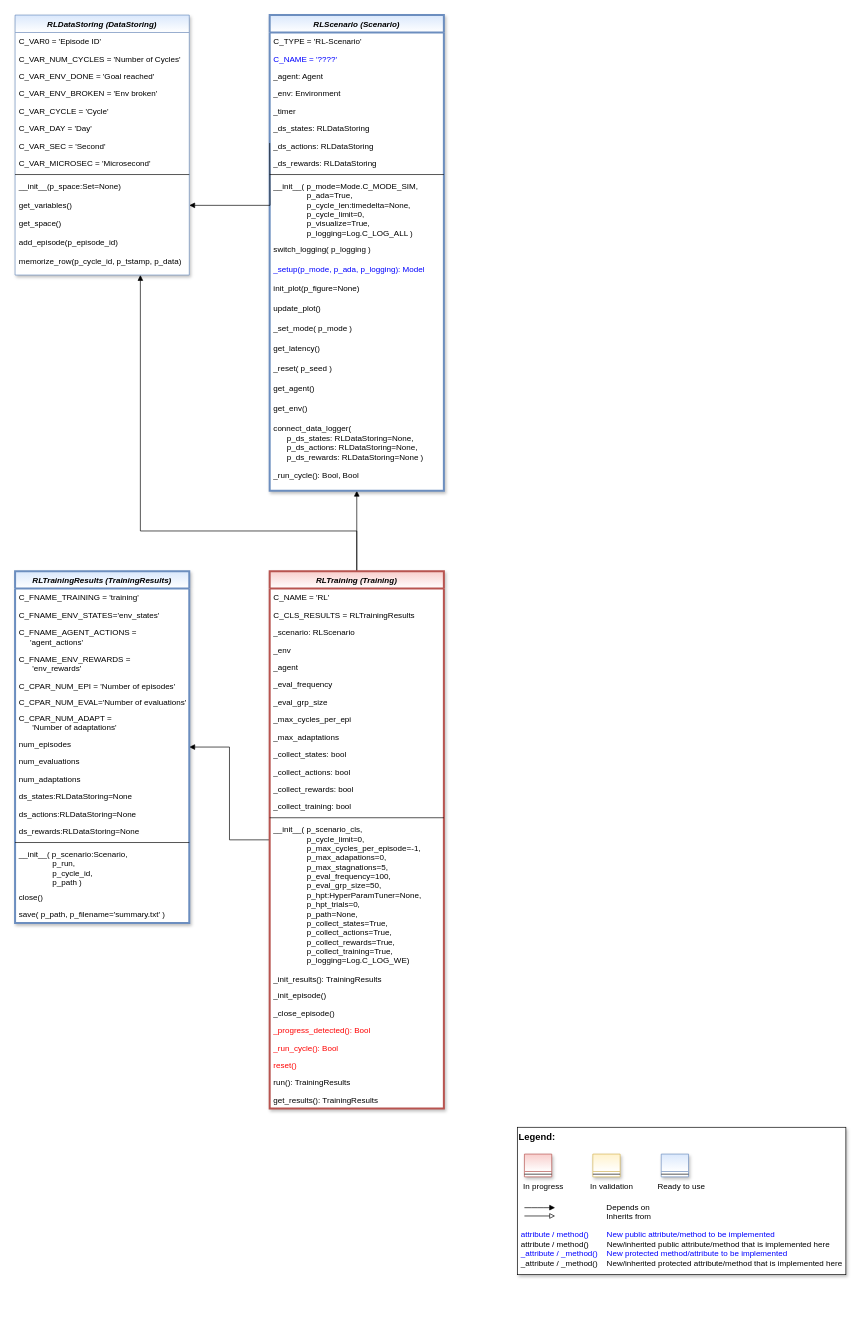
Earlier version of the draw.io diagram doc/rtd/content/append2/core/images/rl/04_run_and_train/MLPro-RL-Train_class_diagram.drawio (fhswf/MLPro). Source tidied: cells renumbered, new cells numbered last; positions are measured from the earlier drawing's top-left corner, leaving out a move shared by most shapes. Both pictures are drawn from the tidied source at 67%, with x=0, y=0 at pixel (15, 15).
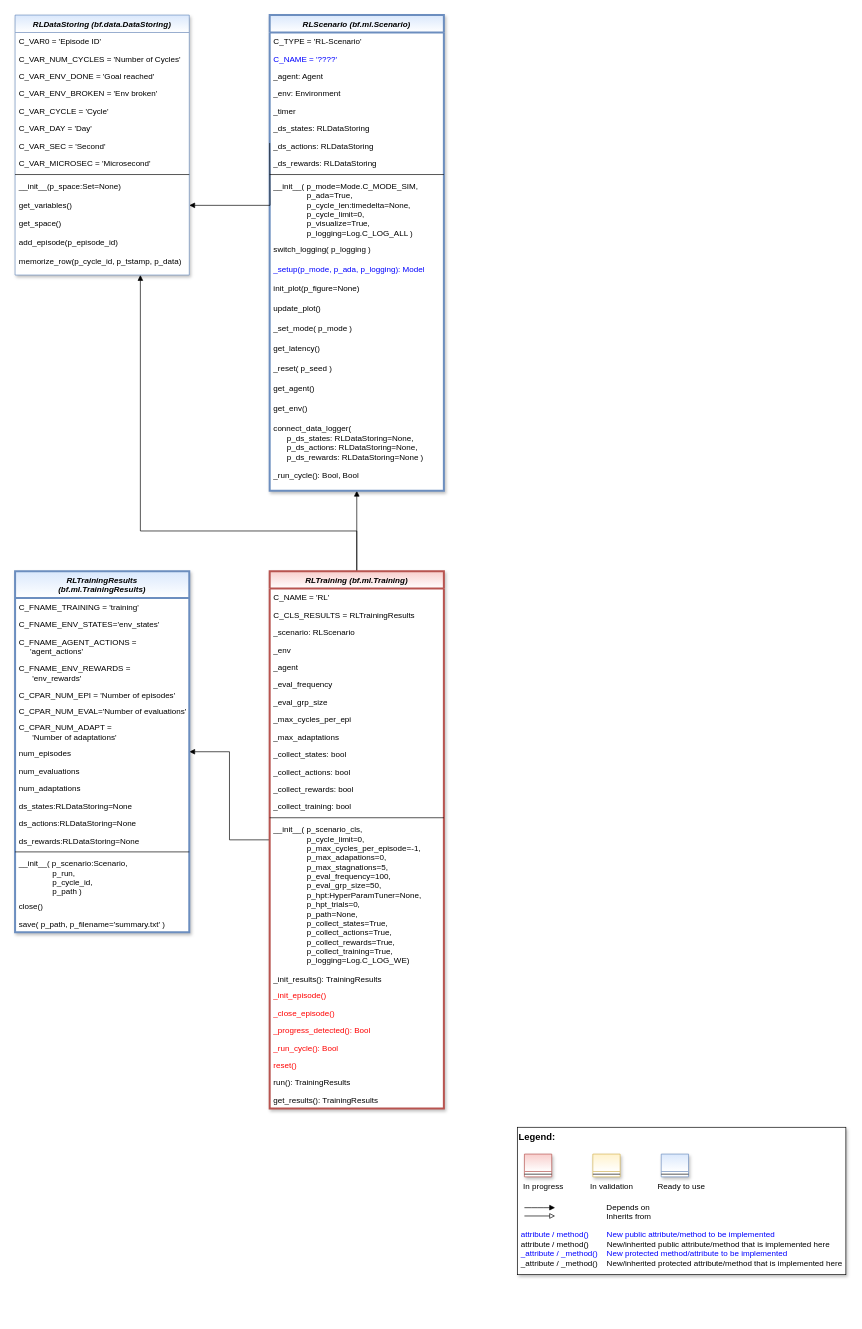
Above is the later version.

Commit message (it also covers changes not shown here):
Training with evaluation, Howto 17

The edit, as a diff of the source:
```diff
@@
-    <mxCell id="5" value="RLTraining (Training)" style="swimlane;fontStyle=3;align=center;verticalAlign=top;horizontal=1;startSize=26;rounded=0;shadow=1;strokeWidth=3;fillColor=#f8cecc;strokeColor=#b85450;gradientColor=#ffffff;swimlaneFillColor=#ffffff;" parent="1" vertex="1">
+    <mxCell id="5" value="RLTraining (bf.ml.Training)" style="swimlane;fontStyle=3;align=center;verticalAlign=top;horizontal=1;startSize=26;rounded=0;shadow=1;strokeWidth=3;fillColor=#f8cecc;strokeColor=#b85450;gradientColor=#ffffff;swimlaneFillColor=#ffffff;" parent="1" vertex="1">
       <mxGeometry x="380" y="830" width="260" height="802" as="geometry" />
     </mxCell>
@@
-    <mxCell id="22" value="_init_episode()" style="text;align=left;verticalAlign=top;spacingLeft=4;spacingRight=4;overflow=hidden;" parent="5" vertex="1">
+    <mxCell id="22" value="_init_episode()" style="text;align=left;verticalAlign=top;spacingLeft=4;spacingRight=4;overflow=hidden;fontColor=#FF0000;" parent="5" vertex="1">
       <mxGeometry y="620" width="260" height="26" as="geometry" />
     </mxCell>
-    <mxCell id="23" value="_close_episode()" style="text;align=left;verticalAlign=top;spacingLeft=4;spacingRight=4;overflow=hidden;" parent="5" vertex="1">
+    <mxCell id="23" value="_close_episode()" style="text;align=left;verticalAlign=top;spacingLeft=4;spacingRight=4;overflow=hidden;fontColor=#FF0000;" parent="5" vertex="1">
       <mxGeometry y="646" width="260" height="26" as="geometry" />
     </mxCell>
@@
-    <mxCell id="29" value="RLScenario (Scenario)" style="swimlane;fontStyle=3;align=center;verticalAlign=top;horizontal=1;startSize=26;rounded=0;shadow=1;strokeWidth=3;fillColor=#dae8fc;strokeColor=#6c8ebf;gradientColor=#ffffff;swimlaneFillColor=#ffffff;" parent="1" vertex="1">
+    <mxCell id="29" value="RLScenario (bf.ml.Scenario)" style="swimlane;fontStyle=3;align=center;verticalAlign=top;horizontal=1;startSize=26;rounded=0;shadow=1;strokeWidth=3;fillColor=#dae8fc;strokeColor=#6c8ebf;gradientColor=#ffffff;swimlaneFillColor=#ffffff;" parent="1" vertex="1">
       <mxGeometry x="380" width="260" height="710" as="geometry" />
     </mxCell>
@@
-    <mxCell id="51" value="RLDataStoring (DataStoring)" style="swimlane;fontStyle=3;align=center;verticalAlign=top;horizontal=1;startSize=26;rounded=0;shadow=1;strokeWidth=1;fillColor=#dae8fc;strokeColor=#6c8ebf;gradientColor=#ffffff;swimlaneFillColor=#ffffff;" parent="1" vertex="1">
+    <mxCell id="51" value="RLDataStoring (bf.data.DataStoring)" style="swimlane;fontStyle=3;align=center;verticalAlign=top;horizontal=1;startSize=26;rounded=0;shadow=1;strokeWidth=1;fillColor=#dae8fc;strokeColor=#6c8ebf;gradientColor=#ffffff;swimlaneFillColor=#ffffff;" parent="1" vertex="1">
       <mxGeometry width="260" height="388" as="geometry" />
     </mxCell>
@@
-    <mxCell id="67" value="RLTrainingResults (TrainingResults)" style="swimlane;fontStyle=3;align=center;verticalAlign=top;horizontal=1;startSize=26;rounded=0;shadow=1;strokeWidth=3;fillColor=#dae8fc;strokeColor=#6c8ebf;gradientColor=#ffffff;swimlaneFillColor=#ffffff;" parent="1" vertex="1">
-      <mxGeometry y="830" width="260" height="525" as="geometry" />
+    <mxCell id="67" value="RLTrainingResults &#10;(bf.ml.TrainingResults)" style="swimlane;fontStyle=3;align=center;verticalAlign=top;horizontal=1;startSize=40;rounded=0;shadow=1;strokeWidth=3;fillColor=#dae8fc;strokeColor=#6c8ebf;gradientColor=#ffffff;swimlaneFillColor=#ffffff;" parent="1" vertex="1">
+      <mxGeometry y="830" width="260" height="539" as="geometry" />
     </mxCell>
     <mxCell id="68" value="C_FNAME_TRAINING = 'training'" style="text;align=left;verticalAlign=top;spacingLeft=4;spacingRight=4;overflow=hidden;" parent="67" vertex="1">
-      <mxGeometry y="26" width="260" height="26" as="geometry" />
+      <mxGeometry y="40" width="260" height="26" as="geometry" />
     </mxCell>
     <mxCell id="69" value="C_FNAME_ENV_STATES='env_states'" style="text;align=left;verticalAlign=top;spacingLeft=4;spacingRight=4;overflow=hidden;" parent="67" vertex="1">
-      <mxGeometry y="52" width="260" height="26" as="geometry" />
+      <mxGeometry y="66" width="260" height="26" as="geometry" />
     </mxCell>
     <mxCell id="70" value="C_FNAME_AGENT_ACTIONS =&#10;     'agent_actions'" style="text;align=left;verticalAlign=top;spacingLeft=4;spacingRight=4;overflow=hidden;" parent="67" vertex="1">
-      <mxGeometry y="78" width="260" height="40" as="geometry" />
+      <mxGeometry y="92" width="260" height="40" as="geometry" />
     </mxCell>
     <mxCell id="71" value="C_FNAME_ENV_REWARDS = &#10;      'env_rewards'" style="text;align=left;verticalAlign=top;spacingLeft=4;spacingRight=4;overflow=hidden;" parent="67" vertex="1">
-      <mxGeometry y="118" width="260" height="40" as="geometry" />
+      <mxGeometry y="132" width="260" height="40" as="geometry" />
     </mxCell>
     <mxCell id="72" value="C_CPAR_NUM_EPI = 'Number of episodes'" style="text;align=left;verticalAlign=top;spacingLeft=4;spacingRight=4;overflow=hidden;" parent="67" vertex="1">
-      <mxGeometry y="158" width="260" height="24" as="geometry" />
+      <mxGeometry y="172" width="260" height="24" as="geometry" />
     </mxCell>
     <mxCell id="73" value="C_CPAR_NUM_EVAL='Number of evaluations'" style="text;align=left;verticalAlign=top;spacingLeft=4;spacingRight=4;overflow=hidden;" parent="67" vertex="1">
-      <mxGeometry y="182" width="260" height="24" as="geometry" />
+      <mxGeometry y="196" width="260" height="24" as="geometry" />
     </mxCell>
     <mxCell id="74" value="C_CPAR_NUM_ADAPT =&#10;      'Number of adaptations'" style="text;align=left;verticalAlign=top;spacingLeft=4;spacingRight=4;overflow=hidden;" parent="67" vertex="1">
-      <mxGeometry y="206" width="260" height="39" as="geometry" />
+      <mxGeometry y="220" width="260" height="39" as="geometry" />
     </mxCell>
     <mxCell id="75" value="num_episodes" style="text;align=left;verticalAlign=top;spacingLeft=4;spacingRight=4;overflow=hidden;" parent="67" vertex="1">
-      <mxGeometry y="245" width="260" height="26" as="geometry" />
+      <mxGeometry y="259" width="260" height="26" as="geometry" />
     </mxCell>
     <mxCell id="76" value="num_evaluations" style="text;align=left;verticalAlign=top;spacingLeft=4;spacingRight=4;overflow=hidden;" parent="67" vertex="1">
-      <mxGeometry y="271" width="260" height="26" as="geometry" />
+      <mxGeometry y="285" width="260" height="26" as="geometry" />
     </mxCell>
     <mxCell id="77" value="num_adaptations" style="text;align=left;verticalAlign=top;spacingLeft=4;spacingRight=4;overflow=hidden;" parent="67" vertex="1">
-      <mxGeometry y="297" width="260" height="26" as="geometry" />
+      <mxGeometry y="311" width="260" height="26" as="geometry" />
     </mxCell>
     <mxCell id="78" value="ds_states:RLDataStoring=None" style="text;align=left;verticalAlign=top;spacingLeft=4;spacingRight=4;overflow=hidden;" parent="67" vertex="1">
-      <mxGeometry y="323" width="260" height="26" as="geometry" />
+      <mxGeometry y="337" width="260" height="26" as="geometry" />
     </mxCell>
     <mxCell id="79" value="ds_actions:RLDataStoring=None" style="text;align=left;verticalAlign=top;spacingLeft=4;spacingRight=4;overflow=hidden;" parent="67" vertex="1">
-      <mxGeometry y="349" width="260" height="26" as="geometry" />
+      <mxGeometry y="363" width="260" height="26" as="geometry" />
     </mxCell>
     <mxCell id="80" value="ds_rewards:RLDataStoring=None" style="text;align=left;verticalAlign=top;spacingLeft=4;spacingRight=4;overflow=hidden;" parent="67" vertex="1">
-      <mxGeometry y="375" width="260" height="26" as="geometry" />
+      <mxGeometry y="389" width="260" height="26" as="geometry" />
     </mxCell>
     <mxCell id="81" style="line;html=1;strokeWidth=1;align=left;verticalAlign=middle;spacingTop=-1;spacingLeft=3;spacingRight=3;labelPosition=right;" parent="67" vertex="1">
-      <mxGeometry y="401" width="260" height="8" as="geometry" />
+      <mxGeometry y="415" width="260" height="8" as="geometry" />
     </mxCell>
     <mxCell id="82" value="__init__( p_scenario:Scenario, &#10;               p_run,&#10;               p_cycle_id,&#10;               p_path )" style="text;align=left;verticalAlign=top;spacingLeft=4;spacingRight=4;overflow=hidden;" parent="67" vertex="1">
-      <mxGeometry y="409" width="260" height="64" as="geometry" />
+      <mxGeometry y="423" width="260" height="64" as="geometry" />
     </mxCell>
     <mxCell id="83" value="close()" style="text;align=left;verticalAlign=top;spacingLeft=4;spacingRight=4;overflow=hidden;" parent="67" vertex="1">
-      <mxGeometry y="473" width="260" height="26" as="geometry" />
+      <mxGeometry y="487" width="260" height="26" as="geometry" />
     </mxCell>
     <mxCell id="84" value="save( p_path, p_filename='summary.txt' )" style="text;align=left;verticalAlign=top;spacingLeft=4;spacingRight=4;overflow=hidden;" parent="67" vertex="1">
-      <mxGeometry y="499" width="260" height="26" as="geometry" />
+      <mxGeometry y="513" width="260" height="26" as="geometry" />
     </mxCell>
```
